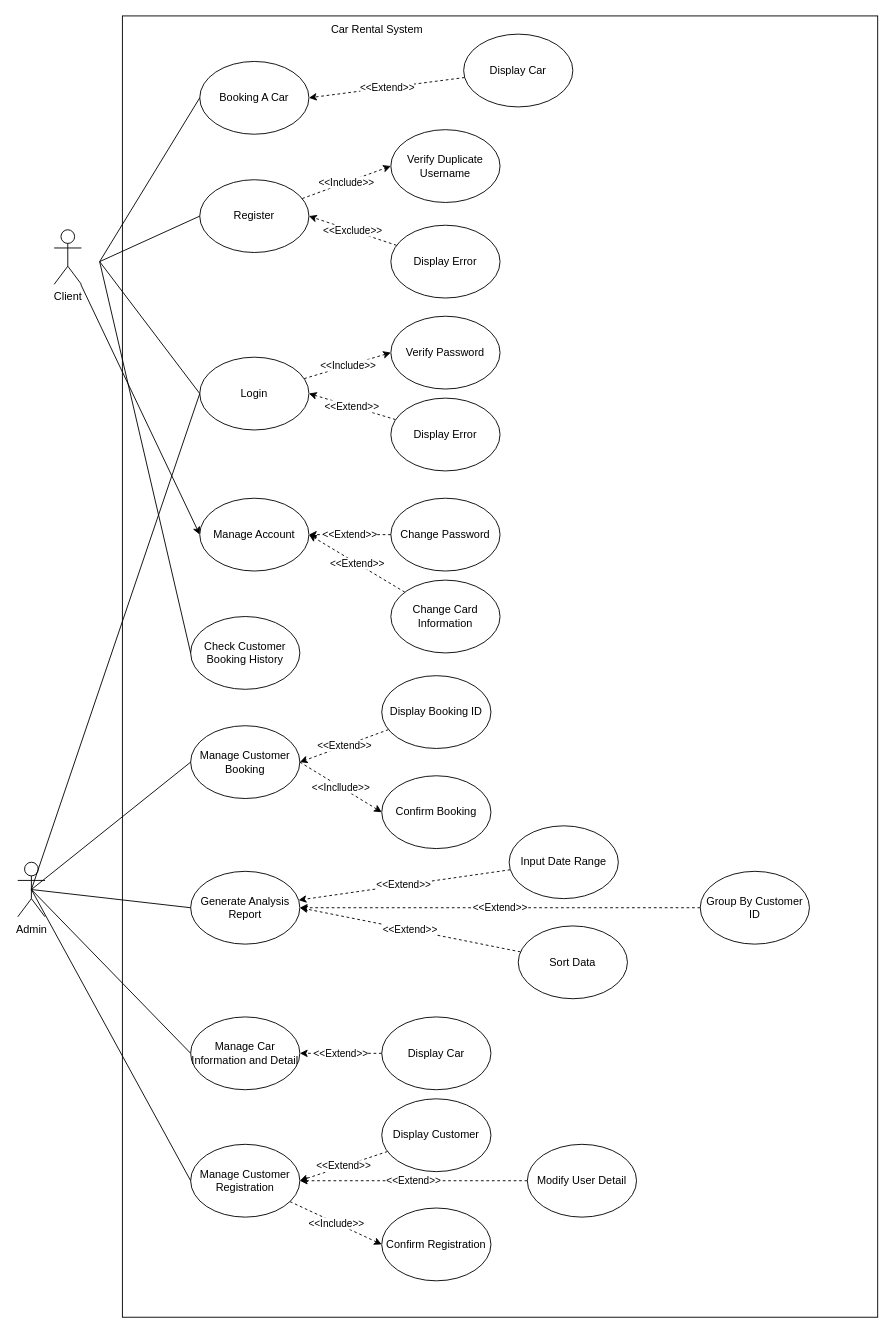
keyboard-jo/java-project keeps this draw.io diagram as resources/useCaseDiagram.drawio. Above is the earlier version. Source tidied: cells renumbered, new cells numbered last; positions are measured from the earlier drawing's top-left corner, leaving out a move shared by most shapes. Both pictures are drawn from the tidied source at 91%, with x=0, y=0 at pixel (17, 15).
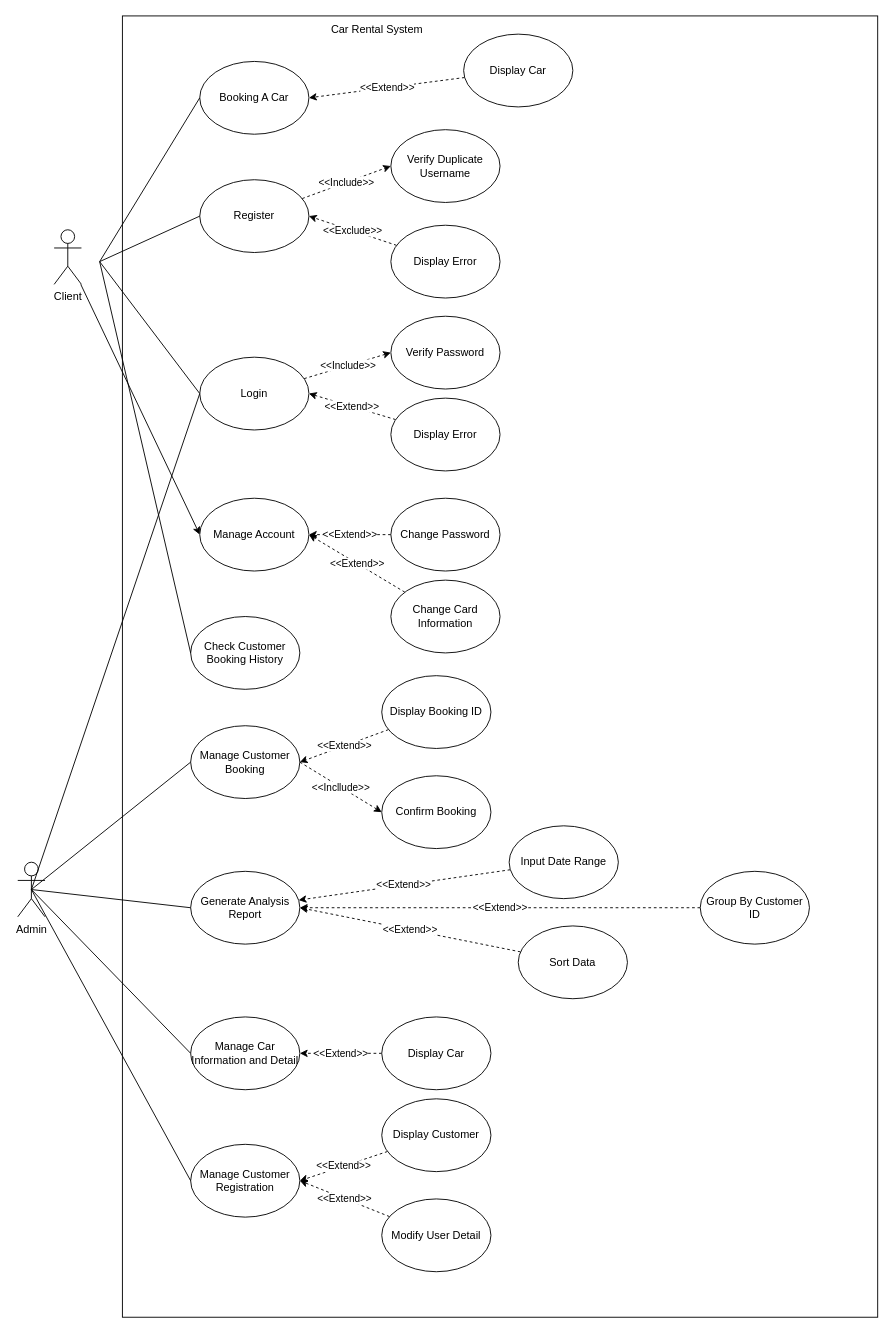
After the change.

Unchanged cells that the change refers to:
```xml
<mxCell id="24" value="Manage Customer Registration" style="ellipse;whiteSpace=wrap;html=1;" parent="1" vertex="1">
  <mxGeometry x="190" y="1240" width="120" height="80" as="geometry" />
</mxCell>
```

The edit, as a diff of the source:
```diff
@@
-    <mxCell id="23" value="&amp;lt;&amp;lt;Include&amp;gt;&amp;gt;" style="html=1;entryX=0;entryY=0.5;entryDx=0;entryDy=0;dashed=1;" parent="1" edge="1" source="24" target="31">
-      <mxGeometry relative="1" as="geometry" />
-    </mxCell>
@@
-    <mxCell id="31" value="Confirm Registration" style="ellipse;whiteSpace=wrap;html=1;" parent="1" vertex="1">
-      <mxGeometry x="400" y="1310" width="120" height="80" as="geometry" />
-    </mxCell>
@@
     <mxCell id="52" value="Modify User Detail" style="ellipse;whiteSpace=wrap;html=1;" parent="1" vertex="1">
-      <mxGeometry x="560" y="1240" width="120" height="80" as="geometry" />
+      <mxGeometry x="400" y="1300" width="120" height="80" as="geometry" />
     </mxCell>
```
